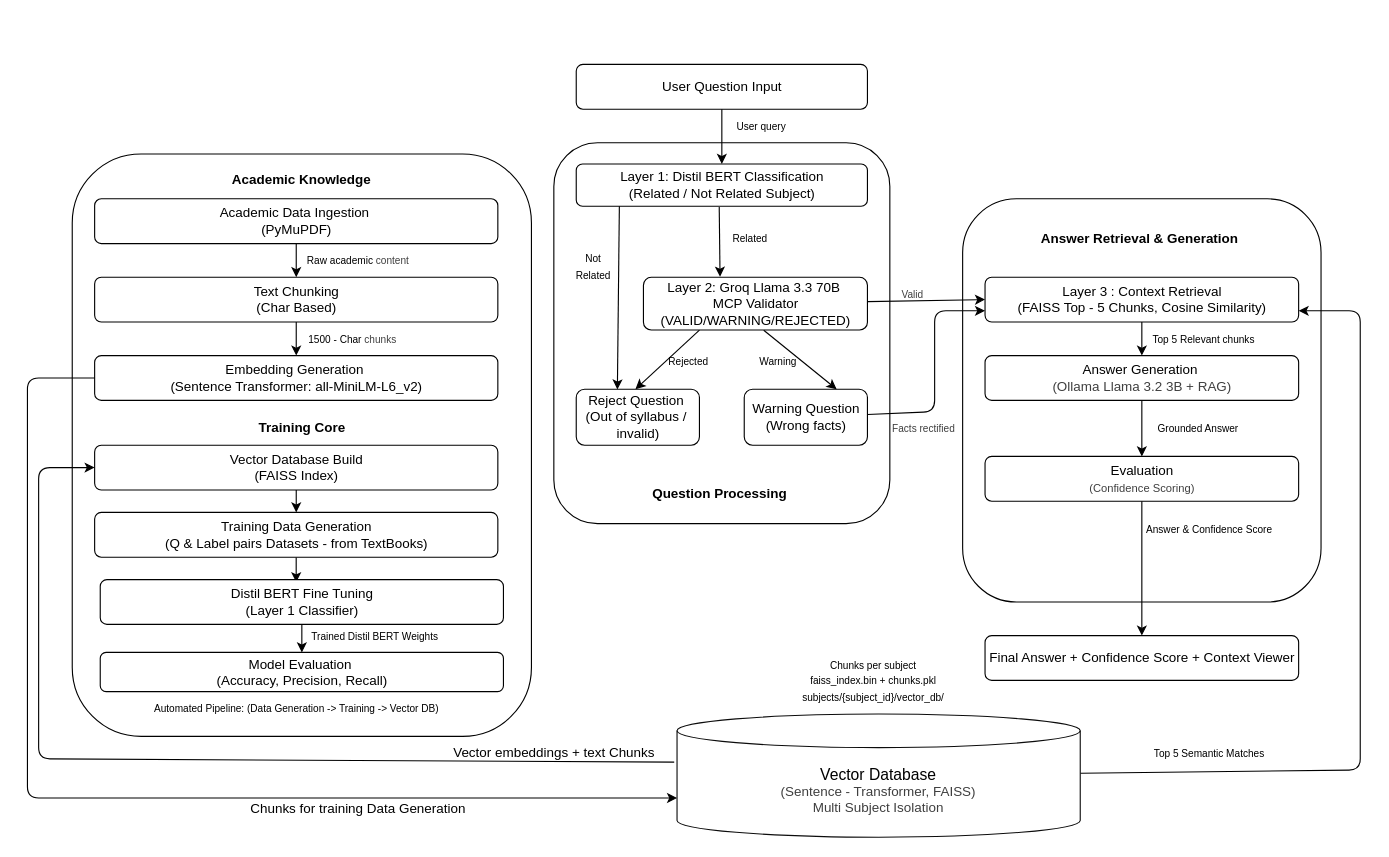
This is architecture/rajifinal.drawio from Rajalakshmi2110/academic_system, a draw.io file, before an edit. Source tidied: cells renumbered, new cells numbered last; positions are measured from the earlier drawing's top-left corner, leaving out a move shared by most shapes. Both pictures are drawn from the tidied source at 112%, with x=0, y=0 at pixel (27, 64).
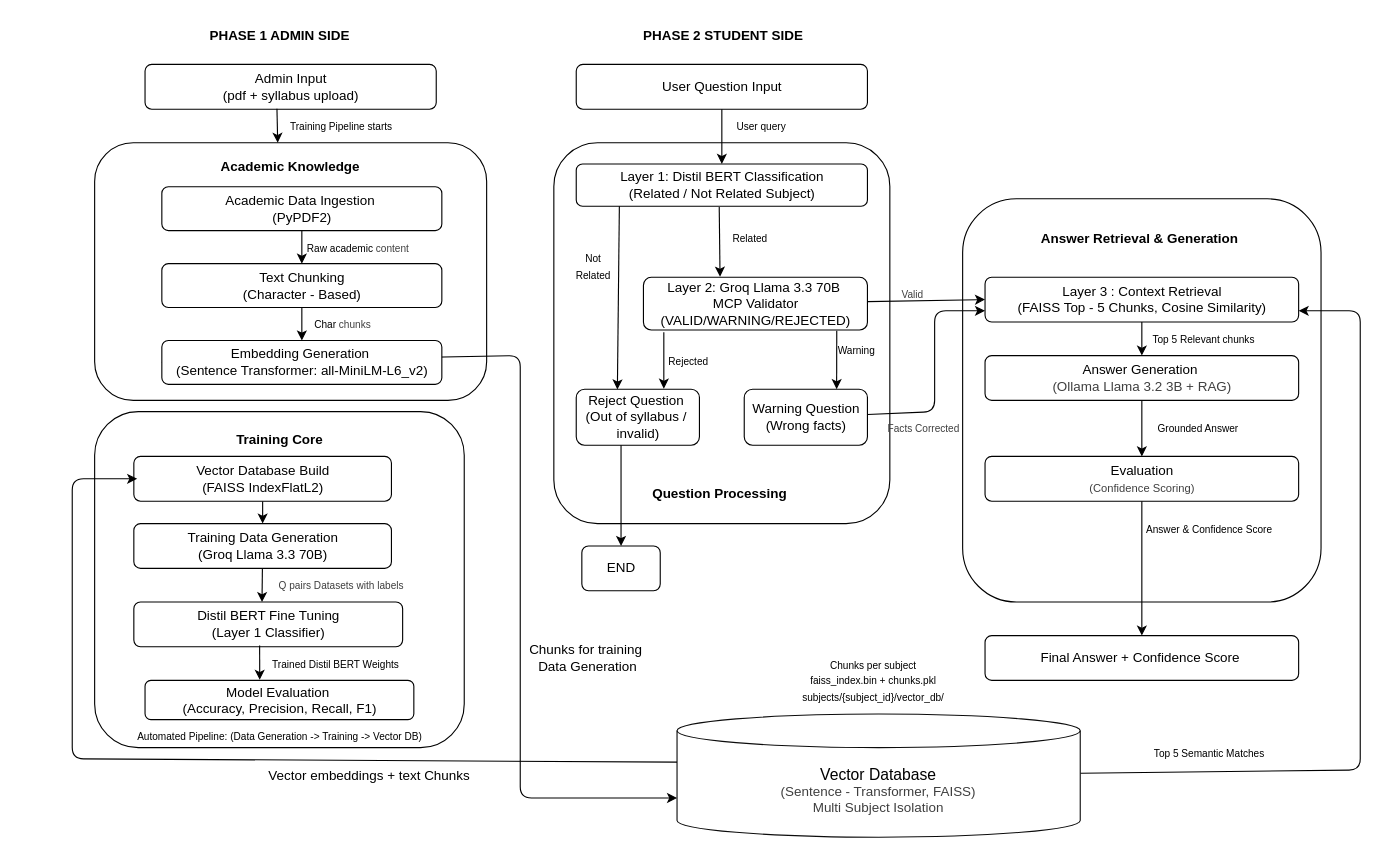
The same diagram, later.

Unchanged cells that the change refers to:
```xml
<mxCell id="2" value="&lt;div&gt;&lt;br&gt;&lt;/div&gt;&lt;div&gt;&lt;br&gt;&lt;/div&gt;&lt;div&gt;&lt;br&gt;&lt;/div&gt;&lt;div&gt;&lt;br&gt;&lt;/div&gt;&lt;div&gt;&lt;br&gt;&lt;/div&gt;&lt;div&gt;&lt;br&gt;&lt;/div&gt;&lt;div&gt;&lt;br&gt;&lt;/div&gt;&lt;div&gt;&lt;br&gt;&lt;/div&gt;&lt;div&gt;&lt;br&gt;&lt;/div&gt;&lt;div&gt;&lt;br&gt;&lt;/div&gt;&lt;div&gt;&lt;br&gt;&lt;/div&gt;&lt;div&gt;&lt;br&gt;&lt;/div&gt;&lt;div&gt;&lt;br&gt;&lt;/div&gt;&lt;div&gt;&lt;br&gt;&lt;/div&gt;&lt;div&gt;&lt;br&gt;&lt;/div&gt;&lt;div&gt;&lt;br&gt;&lt;/div&gt;&lt;div&gt;&lt;br&gt;&lt;/div&gt;&lt;div&gt;&lt;br&gt;&lt;/div&gt;&lt;div&gt;&lt;br&gt;&lt;/div&gt;&lt;div&gt;&lt;br&gt;&lt;/div&gt;&lt;div&gt;&lt;br&gt;&lt;/div&gt;Question Processing&amp;nbsp;&lt;div&gt;&lt;br&gt;&lt;/div&gt;" style="rounded=1;whiteSpace=wrap;html=1;fontStyle=1;arcSize=13;" parent="1" vertex="1">
  <mxGeometry x="470" y="70" width="300" height="340" as="geometry" />
</mxCell>
<mxCell id="4" value="Reject Question&amp;nbsp;&lt;div&gt;(Out of syllabus /&amp;nbsp;&lt;/div&gt;&lt;div&gt;invalid)&lt;/div&gt;" style="rounded=1;html=1;" parent="2" vertex="1">
  <mxGeometry x="20" y="220" width="110" height="50" as="geometry" />
</mxCell>
<mxCell id="6" value="Layer 2: Groq Llama 3.3 70B&amp;nbsp;&lt;div&gt;MCP Validator&lt;div&gt;(VALID/WARNING/REJECTED)&lt;/div&gt;&lt;/div&gt;" style="rounded=1;html=1;" parent="2" vertex="1">
  <mxGeometry x="80" y="120" width="200" height="47.2" as="geometry" />
</mxCell>
<mxCell id="11" value="Warning Question&lt;div&gt;(Wrong facts)&lt;/div&gt;" style="rounded=1;html=1;" parent="2" vertex="1">
  <mxGeometry x="170" y="220" width="110" height="50" as="geometry" />
</mxCell>
<mxCell id="35" value="Layer 3 : Context Retrieval&lt;div&gt;(FAISS Top - 5 Chunks, Cosine Similarity)&lt;/div&gt;" style="rounded=1;html=1;" parent="33" vertex="1">
  <mxGeometry x="20" y="70" width="280" height="40" as="geometry" />
</mxCell>
<mxCell id="44" value="&lt;font style=&quot;font-size: 14px;&quot;&gt;Vector Database&lt;/font&gt;&lt;div&gt;&lt;div style=&quot;color: rgb(63, 63, 63); scrollbar-color: rgb(226, 226, 226) rgb(251, 251, 251);&quot;&gt;(Sentence - Transformer, FAISS)&lt;/div&gt;&lt;/div&gt;&lt;div style=&quot;color: rgb(63, 63, 63); scrollbar-color: rgb(226, 226, 226) rgb(251, 251, 251);&quot;&gt;Multi Subject Isolation&lt;/div&gt;" style="shape=cylinder3;whiteSpace=wrap;html=1;boundedLbl=1;backgroundOutline=1;size=15;strokeColor=#0C0C0C;" parent="1" vertex="1">
  <mxGeometry x="580" y="580" width="360" height="110" as="geometry" />
</mxCell>
```

Change to the diagram source:
```diff
@@
-    <mxCell id="10" style="edgeStyle=none;html=1;entryX=0.481;entryY=-0.001;entryDx=0;entryDy=0;entryPerimeter=0;exitX=0.25;exitY=1;exitDx=0;exitDy=0;" parent="2" edge="1" source="6" target="4">
+    <mxCell id="10" style="edgeStyle=none;html=1;entryX=0.711;entryY=-0.009;entryDx=0;entryDy=0;entryPerimeter=0;exitX=0.091;exitY=1.04;exitDx=0;exitDy=0;exitPerimeter=0;" parent="2" edge="1" source="6" target="4">
       <mxGeometry relative="1" as="geometry" />
     </mxCell>
@@
-    <mxCell id="12" style="edgeStyle=none;html=1;entryX=0.75;entryY=0;entryDx=0;entryDy=0;exitX=0.537;exitY=1.003;exitDx=0;exitDy=0;exitPerimeter=0;" parent="2" edge="1" source="6" target="11">
+    <mxCell id="12" style="edgeStyle=none;html=1;entryX=0.75;entryY=0;entryDx=0;entryDy=0;exitX=0.863;exitY=1.015;exitDx=0;exitDy=0;exitPerimeter=0;" parent="2" edge="1" source="6" target="11">
       <mxGeometry relative="1" as="geometry" />
     </mxCell>
@@
     <mxCell id="14" value="&lt;font style=&quot;font-size: 9px;&quot;&gt;Warning&lt;/font&gt;" style="text;html=1;align=center;verticalAlign=middle;strokeColor=none;fillColor=none;" parent="2" vertex="1">
-      <mxGeometry x="170" y="180" width="60" height="30" as="geometry" />
+      <mxGeometry x="240" y="170" width="60" height="30" as="geometry" />
     </mxCell>
+    <mxCell id="59" style="edgeStyle=none;html=1;exitX=0.156;exitY=0.987;exitDx=0;exitDy=0;exitPerimeter=0;entryX=0.5;entryY=0;entryDx=0;entryDy=0;" parent="2" edge="1" target="79">
+      <mxGeometry relative="1" as="geometry">
+        <mxPoint x="60" y="270" as="sourcePoint" />
+      </mxGeometry>
+    </mxCell>
-    <mxCell id="15" value="Academic Knowledge&lt;div&gt;&lt;br&gt;&lt;/div&gt;&lt;div&gt;&lt;br&gt;&lt;/div&gt;&lt;div&gt;&lt;br&gt;&lt;/div&gt;&lt;div&gt;&lt;br&gt;&lt;/div&gt;&lt;div&gt;&lt;br&gt;&lt;/div&gt;&lt;div&gt;&lt;br&gt;&lt;/div&gt;&lt;div&gt;&lt;br&gt;&lt;/div&gt;&lt;div&gt;&lt;br&gt;&lt;/div&gt;&lt;div&gt;&lt;br&gt;&lt;/div&gt;&lt;div&gt;&lt;br&gt;&lt;/div&gt;&lt;div&gt;&lt;br&gt;&lt;/div&gt;&lt;div&gt;&lt;br&gt;&lt;/div&gt;&lt;div&gt;&lt;br&gt;&lt;/div&gt;&lt;div&gt;&lt;br&gt;&lt;/div&gt;&lt;div&gt;&lt;br&gt;&lt;/div&gt;&lt;div&gt;&lt;br&gt;&lt;/div&gt;&lt;div&gt;&lt;br&gt;&lt;/div&gt;&lt;div&gt;&lt;br&gt;&lt;/div&gt;&lt;div&gt;&lt;br&gt;&lt;/div&gt;&lt;div&gt;&lt;br&gt;&lt;/div&gt;&lt;div&gt;&lt;br&gt;&lt;/div&gt;&lt;div&gt;&lt;br&gt;&lt;/div&gt;&lt;div&gt;&lt;br&gt;&lt;/div&gt;&lt;div&gt;&lt;br&gt;&lt;/div&gt;&lt;div&gt;&lt;br&gt;&lt;/div&gt;&lt;div&gt;&lt;br&gt;&lt;/div&gt;&lt;div&gt;&lt;br&gt;&lt;/div&gt;&lt;div&gt;&lt;br&gt;&lt;/div&gt;&lt;div&gt;&lt;br&gt;&lt;/div&gt;&lt;div&gt;&lt;br&gt;&lt;/div&gt;&lt;div&gt;&lt;br&gt;&lt;/div&gt;&lt;div&gt;&lt;br&gt;&lt;/div&gt;&lt;div&gt;&lt;br&gt;&lt;/div&gt;" style="rounded=1;whiteSpace=wrap;html=1;fontStyle=1;" parent="1" vertex="1">
-      <mxGeometry x="40" y="80" width="410" height="520" as="geometry" />
+    <mxCell id="15" value="&lt;div&gt;Academic Knowledge&lt;/div&gt;&lt;div&gt;&lt;br&gt;&lt;/div&gt;&lt;div&gt;&lt;br&gt;&lt;/div&gt;&lt;div&gt;&lt;br&gt;&lt;/div&gt;&lt;div&gt;&lt;br&gt;&lt;/div&gt;&lt;div&gt;&lt;br&gt;&lt;/div&gt;&lt;div&gt;&lt;br&gt;&lt;/div&gt;&lt;div&gt;&lt;br&gt;&lt;/div&gt;&lt;div&gt;&lt;br&gt;&lt;/div&gt;&lt;div&gt;&lt;br&gt;&lt;/div&gt;&lt;div&gt;&lt;br&gt;&lt;/div&gt;&lt;div&gt;&lt;br&gt;&lt;/div&gt;&lt;div&gt;&lt;br&gt;&lt;/div&gt;&lt;div&gt;&lt;br&gt;&lt;/div&gt;" style="rounded=1;whiteSpace=wrap;html=1;fontStyle=1;" parent="1" vertex="1">
+      <mxGeometry x="60" y="70" width="350" height="230" as="geometry" />
     </mxCell>
-    <mxCell id="16" style="edgeStyle=none;html=1;" parent="15" edge="1" source="17" target="19">
-      <mxGeometry relative="1" as="geometry" />
-    </mxCell>
-    <mxCell id="17" value="Academic Data Ingestion&amp;nbsp;&lt;div&gt;(PyMuPDF)&lt;/div&gt;" style="rounded=1;html=1;" parent="15" vertex="1">
-      <mxGeometry x="20" y="40" width="360" height="40" as="geometry" />
-    </mxCell>
-    <mxCell id="18" style="edgeStyle=none;html=1;" parent="15" edge="1" source="19" target="20">
-      <mxGeometry relative="1" as="geometry" />
-    </mxCell>
-    <mxCell id="19" value="Text Chunking&lt;div&gt;(Char Based)&lt;/div&gt;" style="rounded=1;html=1;" parent="15" vertex="1">
-      <mxGeometry x="20" y="110" width="360" height="40" as="geometry" />
-    </mxCell>
-    <mxCell id="20" value="Embedding Generation&amp;nbsp;&lt;div&gt;(Sentence Transformer: all-MiniLM-L6_v2)&lt;/div&gt;" style="rounded=1;html=1;" parent="15" vertex="1">
-      <mxGeometry x="20" y="180" width="360" height="40" as="geometry" />
-    </mxCell>
-    <mxCell id="21" style="edgeStyle=none;html=1;entryX=0.5;entryY=0;entryDx=0;entryDy=0;" parent="15" edge="1" source="22" target="24">
-      <mxGeometry relative="1" as="geometry" />
-    </mxCell>
-    <mxCell id="22" value="Vector Database Build&lt;div&gt;(FAISS Index)&lt;/div&gt;" style="rounded=1;html=1;" parent="15" vertex="1">
-      <mxGeometry x="20" y="260" width="360" height="40" as="geometry" />
-    </mxCell>
-    <mxCell id="23" style="edgeStyle=none;html=1;entryX=0.486;entryY=0.059;entryDx=0;entryDy=0;entryPerimeter=0;" parent="15" edge="1" source="24" target="29">
-      <mxGeometry relative="1" as="geometry" />
-    </mxCell>
-    <mxCell id="24" value="Training Data Generation&lt;div&gt;(Q &amp;amp; Label pairs Datasets - from TextBooks)&lt;/div&gt;" style="rounded=1;html=1;" parent="15" vertex="1">
-      <mxGeometry x="20" y="320" width="360" height="40" as="geometry" />
-    </mxCell>
-    <mxCell id="25" value="Model Evaluation&amp;nbsp;&lt;div&gt;(Accuracy, Precision, Recall)&lt;/div&gt;" style="rounded=1;html=1;" parent="15" vertex="1">
-      <mxGeometry x="25" y="445" width="360" height="35" as="geometry" />
-    </mxCell>
-    <mxCell id="26" value="&lt;font style=&quot;font-size: 9px;&quot;&gt;Raw academic&amp;nbsp;&lt;span style=&quot;color: rgb(63, 63, 63); background-color: transparent;&quot;&gt;content&lt;/span&gt;&lt;/font&gt;" style="text;html=1;align=center;verticalAlign=middle;strokeColor=none;fillColor=none;" parent="15" vertex="1">
-      <mxGeometry x="200" y="80" width="110" height="30" as="geometry" />
-    </mxCell>
-    <mxCell id="27" value="&lt;font style=&quot;font-size: 9px;&quot;&gt;1500 - Char&amp;nbsp;&lt;span style=&quot;color: rgb(63, 63, 63); background-color: transparent;&quot;&gt;chunks&lt;/span&gt;&lt;/font&gt;" style="text;html=1;align=center;verticalAlign=middle;strokeColor=none;fillColor=none;" parent="15" vertex="1">
-      <mxGeometry x="200" y="150" width="100" height="30" as="geometry" />
-    </mxCell>
-    <mxCell id="28" style="edgeStyle=none;html=1;" parent="15" edge="1" source="29" target="25">
-      <mxGeometry relative="1" as="geometry" />
-    </mxCell>
-    <mxCell id="29" value="Distil BERT Fine Tuning&lt;div&gt;(Layer 1 Classifier)&lt;br&gt;&lt;/div&gt;" style="rounded=1;html=1;" parent="15" vertex="1">
-      <mxGeometry x="25" y="380" width="360" height="40" as="geometry" />
-    </mxCell>
-    <mxCell id="30" value="&lt;b&gt;Training Core&lt;/b&gt;" style="text;html=1;align=center;verticalAlign=middle;strokeColor=none;fillColor=none;" parent="15" vertex="1">
-      <mxGeometry x="155" y="230" width="100" height="30" as="geometry" />
-    </mxCell>
-    <mxCell id="31" value="&lt;font style=&quot;font-size: 9px;&quot;&gt;Trained Distil BERT Weights&lt;/font&gt;" style="text;html=1;align=center;verticalAlign=middle;points=[];strokeColor=none;fillColor=none;" parent="15" vertex="1">
-      <mxGeometry x="200" y="415" width="140" height="30" as="geometry" />
-    </mxCell>
-    <mxCell id="32" value="&lt;font style=&quot;font-size: 9px;&quot;&gt;Automated Pipeline: (Data Generation -&amp;gt; Training -&amp;gt; Vector DB)&lt;/font&gt;" style="text;html=1;align=center;verticalAlign=middle;strokeColor=none;fillColor=none;" parent="15" vertex="1">
-      <mxGeometry x="60" y="480" width="280" height="30" as="geometry" />
-    </mxCell>
@@
-    <mxCell id="42" style="edgeStyle=none;html=1;entryX=1;entryY=0.75;entryDx=0;entryDy=0;" parent="1" edge="1" source="44" target="35">
+    <mxCell id="42" style="edgeStyle=none;html=1;entryX=1;entryY=0.75;entryDx=0;entryDy=0;" parent="1" edge="1" target="35">
       <mxGeometry relative="1" as="geometry">
+        <mxPoint x="940" y="632.9" as="sourcePoint" />
         <Array as="points">
           <mxPoint x="1190" y="630" />
           <mxPoint x="1190" y="320" />
           <mxPoint x="1190" y="220" />
         </Array>
       </mxGeometry>
     </mxCell>
-    <mxCell id="43" style="edgeStyle=none;html=1;exitX=-0.007;exitY=0.391;exitDx=0;exitDy=0;exitPerimeter=0;entryX=0;entryY=0.5;entryDx=0;entryDy=0;" parent="1" edge="1" source="44" target="22">
-      <mxGeometry relative="1" as="geometry">
-        <Array as="points">
-          <mxPoint x="10" y="620" />
-          <mxPoint x="10" y="360" />
-        </Array>
-      </mxGeometry>
-    </mxCell>
@@
-    <mxCell id="45" style="edgeStyle=none;html=1;entryX=0;entryY=0;entryDx=0;entryDy=75;entryPerimeter=0;exitX=0;exitY=0.5;exitDx=0;exitDy=0;" parent="1" edge="1" source="20" target="44">
+    <mxCell id="45" style="edgeStyle=none;html=1;entryX=0;entryY=0;entryDx=0;entryDy=75;entryPerimeter=0;exitX=0;exitY=0.5;exitDx=0;exitDy=0;" parent="1" edge="1" source="20">
       <mxGeometry relative="1" as="geometry">
+        <mxPoint x="580" y="655" as="targetPoint" />
         <Array as="points">
-          <mxPoint y="280" />
-          <mxPoint y="655" />
+          <mxPoint x="440" y="260" />
+          <mxPoint x="440" y="655" />
         </Array>
       </mxGeometry>
     </mxCell>
     <mxCell id="46" value="&lt;div&gt;&lt;font color=&quot;#000000&quot;&gt;Vector&amp;nbsp;&lt;/font&gt;&lt;span style=&quot;background-color: transparent;&quot;&gt;embeddings + text Chunks&lt;/span&gt;&lt;/div&gt;" style="text;html=1;align=center;verticalAlign=middle;strokeColor=none;fillColor=none;" parent="1" vertex="1">
-      <mxGeometry x="370" y="600" width="200" height="30" as="geometry" />
+      <mxGeometry x="205" y="620" width="200" height="30" as="geometry" />
     </mxCell>
@@
-    <mxCell id="49" value="Chunks for training Data Generation" style="text;html=1;align=center;verticalAlign=middle;strokeColor=none;fillColor=none;" parent="1" vertex="1">
-      <mxGeometry x="185" y="650" width="220" height="30" as="geometry" />
+    <mxCell id="49" value="Chunks for training&amp;nbsp;&lt;div&gt;Data Generation&lt;/div&gt;" style="text;html=1;align=center;verticalAlign=middle;strokeColor=none;fillColor=none;rotation=0;" parent="1" vertex="1">
+      <mxGeometry x="435" y="510" width="130" height="40" as="geometry" />
     </mxCell>
@@
-    <mxCell id="52" value="Final Answer + Confidence Score + Context Viewer" style="rounded=1;html=1;" parent="1" vertex="1">
+    <mxCell id="52" value="Final Answer + Confidence Score&amp;nbsp;" style="rounded=1;html=1;" parent="1" vertex="1">
       <mxGeometry x="855" y="510" width="280" height="40" as="geometry" />
     </mxCell>
@@
-    <mxCell id="57" value="&lt;div style=&quot;color: rgb(63, 63, 63); scrollbar-color: rgb(226, 226, 226) rgb(251, 251, 251);&quot;&gt;&lt;font style=&quot;font-size: 9px;&quot;&gt;Facts rectified&lt;/font&gt;&lt;/div&gt;" style="text;html=1;align=center;verticalAlign=middle;strokeColor=none;fillColor=none;" parent="1" vertex="1">
-      <mxGeometry x="760" y="310" width="80" height="30" as="geometry" />
+    <mxCell id="57" value="&lt;div style=&quot;color: rgb(63, 63, 63); scrollbar-color: rgb(226, 226, 226) rgb(251, 251, 251);&quot;&gt;&lt;font style=&quot;font-size: 9px;&quot;&gt;Facts Corrected&lt;/font&gt;&lt;/div&gt;" style="text;html=1;align=center;verticalAlign=middle;strokeColor=none;fillColor=none;" parent="1" vertex="1">
+      <mxGeometry x="755" y="310" width="90" height="30" as="geometry" />
     </mxCell>
@@
+    <mxCell id="60" value="Admin Input&lt;div&gt;(pdf + syllabus upload)&lt;/div&gt;" style="rounded=1;html=1;" parent="1" vertex="1">
+      <mxGeometry x="105" width="260" height="40" as="geometry" />
+    </mxCell>
+    <mxCell id="61" style="edgeStyle=none;html=1;" parent="1" edge="1" source="62" target="60">
+      <mxGeometry relative="1" as="geometry" />
+    </mxCell>
+    <mxCell id="62" value="&lt;font style=&quot;font-size: 9px;&quot;&gt;Training Pipeline starts&lt;/font&gt;" style="text;html=1;align=center;verticalAlign=middle;points=[];strokeColor=none;fillColor=none;" parent="1" vertex="1">
+      <mxGeometry x="225" y="40" width="110" height="30" as="geometry" />
+    </mxCell>
+    <mxCell id="63" style="edgeStyle=none;html=1;exitX=0.453;exitY=0.992;exitDx=0;exitDy=0;exitPerimeter=0;entryX=0.467;entryY=0;entryDx=0;entryDy=0;entryPerimeter=0;" parent="1" edge="1" source="60" target="15">
+      <mxGeometry relative="1" as="geometry" />
+    </mxCell>
+    <mxCell id="64" style="edgeStyle=none;html=1;" parent="1" edge="1">
+      <mxGeometry relative="1" as="geometry">
+        <mxPoint x="195" y="425" as="targetPoint" />
+      </mxGeometry>
+    </mxCell>
+    <mxCell id="65" style="rounded=1;whiteSpace=wrap;html=1;fontStyle=1;arcSize=13;" parent="1" vertex="1">
+      <mxGeometry x="60" y="310" width="330" height="300" as="geometry" />
+    </mxCell>
+    <mxCell id="66" style="edgeStyle=none;html=1;entryX=0.5;entryY=0;entryDx=0;entryDy=0;" parent="1" edge="1" source="67" target="69">
+      <mxGeometry relative="1" as="geometry" />
+    </mxCell>
+    <mxCell id="67" value="Vector Database Build&lt;div&gt;(FAISS IndexFlatL2)&lt;/div&gt;" style="rounded=1;html=1;" parent="1" vertex="1">
+      <mxGeometry x="95" y="350" width="230" height="40" as="geometry" />
+    </mxCell>
+    <mxCell id="68" style="edgeStyle=none;html=1;entryX=-0.004;entryY=1.003;entryDx=0;entryDy=0;entryPerimeter=0;" parent="1" edge="1" source="69" target="71">
+      <mxGeometry relative="1" as="geometry" />
+    </mxCell>
+    <mxCell id="69" value="Training Data Generation&lt;div&gt;(Groq Llama 3.3 70B)&lt;/div&gt;" style="rounded=1;html=1;" parent="1" vertex="1">
+      <mxGeometry x="95" y="410" width="230" height="40" as="geometry" />
+    </mxCell>
+    <mxCell id="70" value="Model Evaluation&amp;nbsp;&lt;div&gt;(Accuracy, Precision, Recall, F1)&lt;/div&gt;" style="rounded=1;html=1;" parent="1" vertex="1">
+      <mxGeometry x="105" y="550" width="240" height="35" as="geometry" />
+    </mxCell>
+    <mxCell id="29" value="Distil BERT Fine Tuning&lt;div&gt;(Layer 1 Classifier)&lt;br&gt;&lt;/div&gt;" style="rounded=1;html=1;" parent="1" vertex="1">
+      <mxGeometry x="95" y="480" width="240" height="40" as="geometry" />
+    </mxCell>
+    <mxCell id="30" value="&lt;b&gt;Training Core&lt;/b&gt;" style="text;html=1;align=center;verticalAlign=middle;strokeColor=none;fillColor=none;" parent="1" vertex="1">
+      <mxGeometry x="175" y="320" width="100" height="30" as="geometry" />
+    </mxCell>
+    <mxCell id="31" value="&lt;font style=&quot;font-size: 9px;&quot;&gt;Trained Distil BERT Weights&lt;/font&gt;" style="text;html=1;align=center;verticalAlign=middle;points=[];strokeColor=none;fillColor=none;" parent="1" vertex="1">
+      <mxGeometry x="205" y="520" width="140" height="30" as="geometry" />
+    </mxCell>
+    <mxCell id="32" value="&lt;font style=&quot;font-size: 9px;&quot;&gt;Automated Pipeline: (Data Generation -&amp;gt; Training -&amp;gt; Vector DB)&lt;/font&gt;" style="text;html=1;align=center;verticalAlign=middle;strokeColor=none;fillColor=none;" parent="1" vertex="1">
+      <mxGeometry x="85" y="585" width="280" height="30" as="geometry" />
+    </mxCell>
+    <mxCell id="71" value="&lt;span style=&quot;color: rgb(63, 63, 63);&quot;&gt;&lt;font style=&quot;font-size: 9px;&quot;&gt;Q pairs Datasets with labels&lt;/font&gt;&lt;/span&gt;" style="text;html=1;align=center;verticalAlign=middle;points=[];strokeColor=none;fillColor=none;" parent="1" vertex="1">
+      <mxGeometry x="210" y="450" width="140" height="30" as="geometry" />
+    </mxCell>
+    <mxCell id="72" style="edgeStyle=none;html=1;" parent="1" edge="1" source="73" target="75">
+      <mxGeometry relative="1" as="geometry" />
+    </mxCell>
+    <mxCell id="73" value="Academic Data Ingestion&amp;nbsp;&lt;div&gt;(PyPDF2)&lt;/div&gt;" style="rounded=1;html=1;" parent="1" vertex="1">
+      <mxGeometry x="120" y="109.2" width="250" height="39.2" as="geometry" />
+    </mxCell>
+    <mxCell id="74" style="edgeStyle=none;html=1;" parent="1" edge="1" source="75" target="20">
+      <mxGeometry relative="1" as="geometry" />
+    </mxCell>
+    <mxCell id="75" value="Text Chunking&lt;div&gt;(Character - Based)&lt;/div&gt;" style="rounded=1;html=1;" parent="1" vertex="1">
+      <mxGeometry x="120" y="177.9" width="250" height="39.2" as="geometry" />
+    </mxCell>
+    <mxCell id="20" value="Embedding Generation&amp;nbsp;&lt;div&gt;(Sentence Transformer: all-MiniLM-L6_v2)&lt;/div&gt;" style="rounded=1;html=1;" parent="1" vertex="1">
+      <mxGeometry x="120" y="246.5" width="250" height="39.2" as="geometry" />
+    </mxCell>
+    <mxCell id="26" value="&lt;font style=&quot;font-size: 9px;&quot;&gt;Raw academic&amp;nbsp;&lt;span style=&quot;color: rgb(63, 63, 63); background-color: transparent;&quot;&gt;content&lt;/span&gt;&lt;/font&gt;" style="text;html=1;align=center;verticalAlign=middle;strokeColor=none;fillColor=none;" parent="1" vertex="1">
+      <mxGeometry x="240" y="148.5" width="110" height="30" as="geometry" />
+    </mxCell>
+    <mxCell id="76" value="&lt;font style=&quot;font-size: 9px;&quot;&gt;&amp;nbsp;Char&amp;nbsp;&lt;span style=&quot;color: rgb(63, 63, 63); background-color: transparent;&quot;&gt;chunks&lt;/span&gt;&lt;/font&gt;" style="text;html=1;align=center;verticalAlign=middle;strokeColor=none;fillColor=none;" parent="1" vertex="1">
+      <mxGeometry x="240" y="217.1" width="80" height="30" as="geometry" />
+    </mxCell>
+    <mxCell id="77" style="edgeStyle=none;html=1;entryX=0.017;entryY=0.984;entryDx=0;entryDy=0;entryPerimeter=0;exitX=0.468;exitY=0.972;exitDx=0;exitDy=0;exitPerimeter=0;" parent="1" edge="1" source="29" target="31">
+      <mxGeometry relative="1" as="geometry" />
+    </mxCell>
+    <mxCell id="78" style="edgeStyle=none;html=1;exitX=-0.007;exitY=0.391;exitDx=0;exitDy=0;exitPerimeter=0;entryX=0;entryY=0.5;entryDx=0;entryDy=0;" parent="1" edge="1">
+      <mxGeometry relative="1" as="geometry">
+        <mxPoint x="580" y="623" as="sourcePoint" />
+        <mxPoint x="98" y="370" as="targetPoint" />
+        <Array as="points">
+          <mxPoint x="40" y="620" />
+          <mxPoint x="40" y="370" />
+        </Array>
+      </mxGeometry>
+    </mxCell>
+    <mxCell id="79" value="END" style="rounded=1;html=1;" parent="1" vertex="1">
+      <mxGeometry x="495" y="430" width="70" height="40" as="geometry" />
+    </mxCell>
+    <mxCell id="80" value="&lt;font style=&quot;font-size: 12px;&quot;&gt;&lt;b&gt;PHASE 1 ADMIN SIDE&lt;/b&gt;&lt;/font&gt;" style="text;html=1;align=center;verticalAlign=middle;strokeColor=none;fillColor=none;" parent="1" vertex="1">
+      <mxGeometry x="150" y="-40" width="150" height="30" as="geometry" />
+    </mxCell>
+    <mxCell id="81" value="&lt;font style=&quot;font-size: 12px;&quot;&gt;&lt;b&gt;PHASE 2 STUDENT SIDE&lt;/b&gt;&lt;/font&gt;" style="text;html=1;align=center;verticalAlign=middle;strokeColor=none;fillColor=none;" parent="1" vertex="1">
+      <mxGeometry x="536" y="-40" width="170" height="30" as="geometry" />
+    </mxCell>
```
